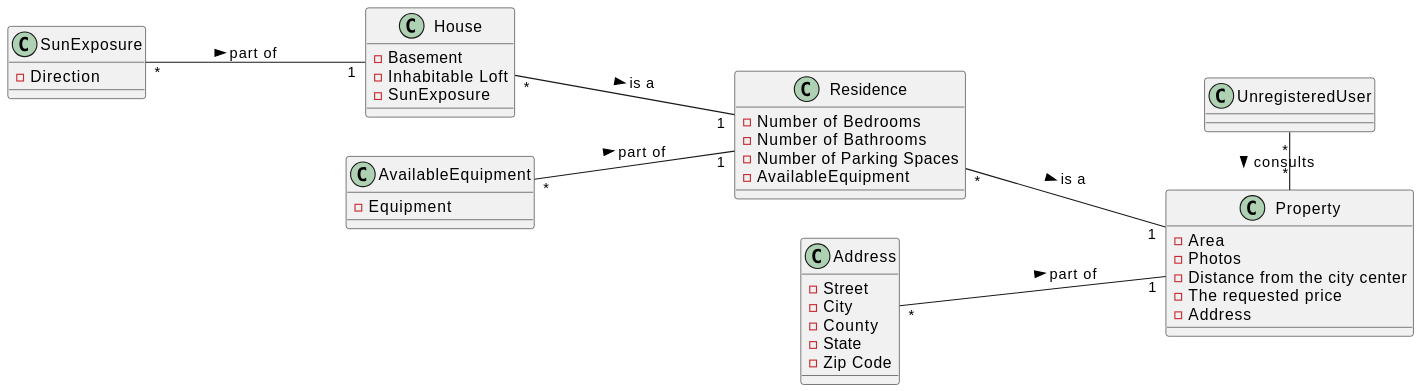
Above: docs/sprintA/US01/02.analysis/svg/us01-domain-model.svg in PureNimble/ISEP-LAPR2 (PlantUML), before the change.
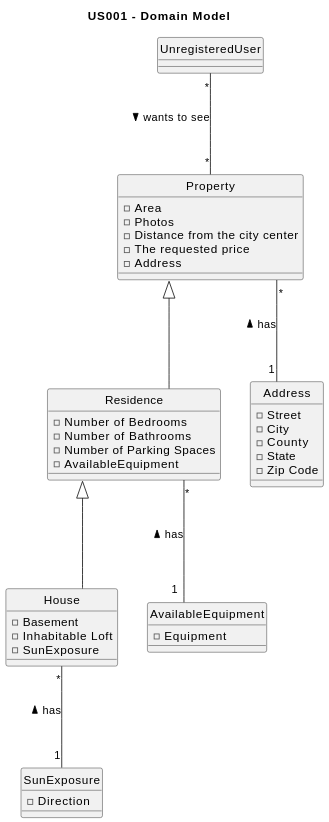
Later version of the same file.

Commit message:
Updated US01 Domain Model & SSD. Updated SVG of DM & SSD

The edit, as a diff of the source:
```diff
@@ -1,10 +1,16 @@
 @startuml
+title US001 - Domain Model
+
 skinparam groupInheritance 2
+skinparam monochrome true
+skinparam linetype ortho
+hide circle
 
-left to right direction
+
 
 class UnregisteredUser {
 }
+
 
 class Property {
 - Area
@@ -49,13 +55,13 @@
 }
 
 
-UnregisteredUser "*" - "*" Property: consults >
+UnregisteredUser "*" --- "*" Property: wants to see >
 
-Residence "*" --- "1" Property: is a >
-Address "*" --- "1" Property : part of >
+Property <|--- Residence
+Property "*" --- "1" Address : has <
 
-AvailableEquipment "*" --- "1" Residence : part of >
-House "*" --- "1" Residence : is a >
+Residence "*" --- "1" AvailableEquipment : has <
+Residence <|--- House
 
-SunExposure "*" --- "1" House : part of >
+House "*" --- "1" SunExposure : has <
 @enduml
```
